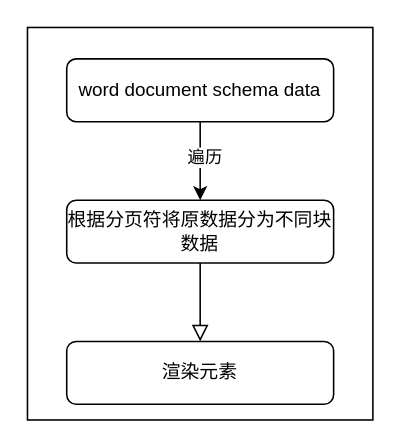
Before: docx/docx渲染流程.drawio in Alex-Li2018/flow-chart, a draw.io diagram. Source tidied: cells renumbered, new cells numbered last; positions are measured from the earlier drawing's top-left corner, leaving out a move shared by most shapes. Both pictures are drawn from the tidied source at 157%, with x=0, y=0 at pixel (27, 27).
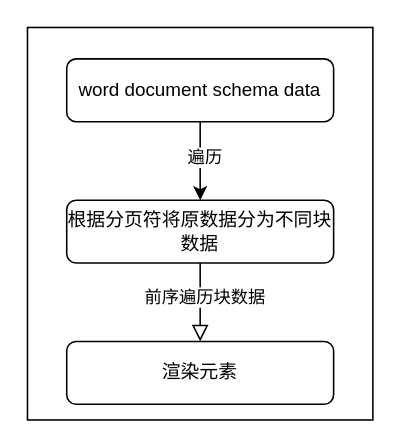
The same page after the edit.

Commit message (it also covers changes not shown here):
更新docx渲染流程.drawio

Diff of the diagram source:
```diff
@@
 <mxGraphModel>
   <root>
     <mxCell id="0" />
     <mxCell id="1" parent="0" />
     <mxCell id="2" style="rounded=0;whiteSpace=wrap;html=1;" parent="1" vertex="1">
       <mxGeometry width="220" height="250" as="geometry" />
     </mxCell>
     <mxCell id="3" style="rounded=0;html=1;jettySize=auto;fontSize=11;endArrow=block;endFill=0;endSize=8;strokeWidth=1;shadow=0;labelBackgroundColor=none;edgeStyle=orthogonalEdgeStyle;" parent="1" edge="1" source="4">
       <mxGeometry relative="1" as="geometry">
         <mxPoint x="110" y="200" as="targetPoint" />
       </mxGeometry>
     </mxCell>
+    <mxCell id="9" value="前序遍历块数据" style="edgeLabel;html=1;align=center;verticalAlign=middle;" parent="3" vertex="1">
+      <mxGeometry x="-0.16" y="2" relative="1" as="geometry" />
+    </mxCell>
     <mxCell id="4" value="根据分页符将原数据分为不同块数据" style="rounded=1;whiteSpace=wrap;html=1;fontSize=12;glass=0;strokeWidth=1;shadow=0;" parent="1" vertex="1">
       <mxGeometry x="25" y="110" width="170" height="40" as="geometry" />
     </mxCell>
     <mxCell id="5" style="edgeStyle=orthogonalEdgeStyle;rounded=0;jettySize=auto;html=1;exitX=0.5;exitY=1;exitDx=0;exitDy=0;" parent="1" edge="1" source="7" target="4">
       <mxGeometry relative="1" as="geometry" />
     </mxCell>
     <mxCell id="6" value="遍历" style="edgeLabel;html=1;align=center;verticalAlign=middle;" parent="5" vertex="1">
       <mxGeometry x="-0.12" y="2" relative="1" as="geometry" />
     </mxCell>
     <mxCell id="7" value="word document schema data" style="rounded=1;whiteSpace=wrap;html=1;fontSize=12;glass=0;strokeWidth=1;shadow=0;" parent="1" vertex="1">
       <mxGeometry x="25" y="20" width="170" height="40" as="geometry" />
     </mxCell>
     <mxCell id="8" value="渲染元素" style="rounded=1;whiteSpace=wrap;html=1;fontSize=12;glass=0;strokeWidth=1;shadow=0;" parent="1" vertex="1">
       <mxGeometry x="25" y="200" width="170" height="40" as="geometry" />
     </mxCell>
   </root>
 </mxGraphModel>
```
